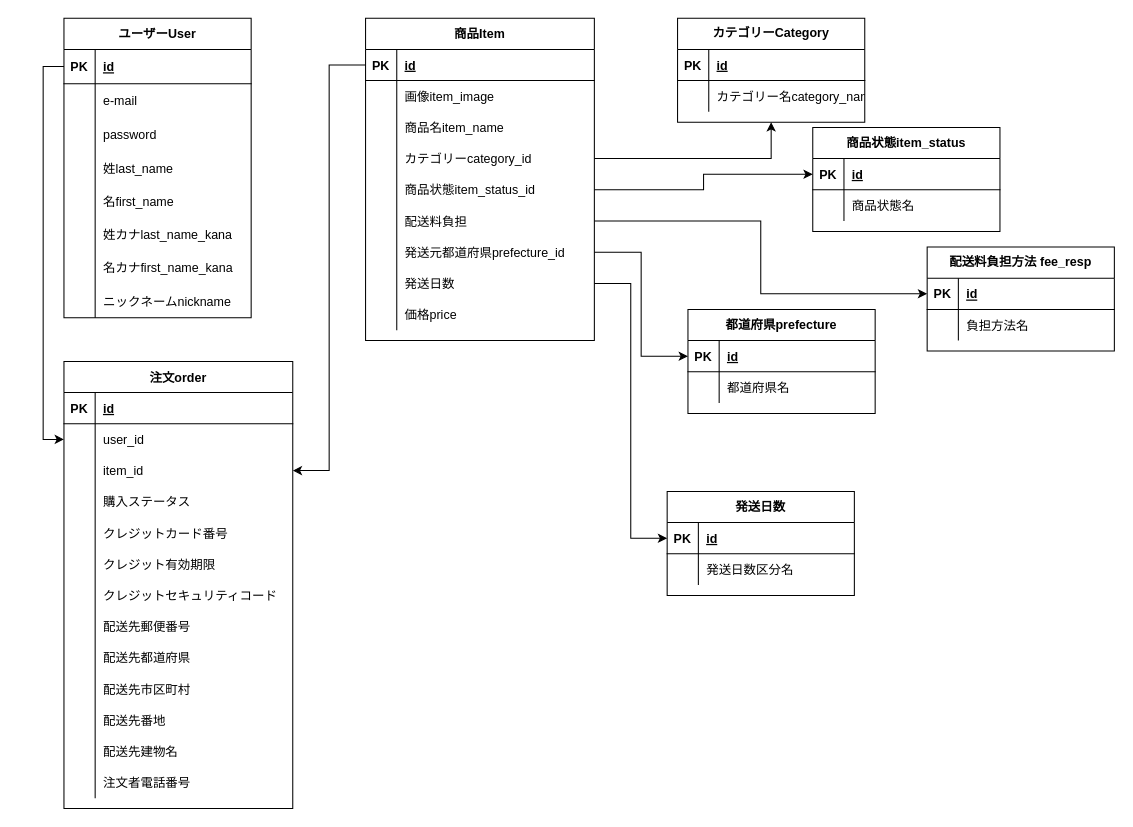
Above: ER.dio in sorairoqueen/furima-36467 (draw.io), before the change. Source tidied: cells renumbered, new cells numbered last; positions are measured from the earlier drawing's top-left corner, leaving out a move shared by most shapes. Both pictures are drawn from the tidied source at 104%, with x=0, y=0 at pixel (63, 18).
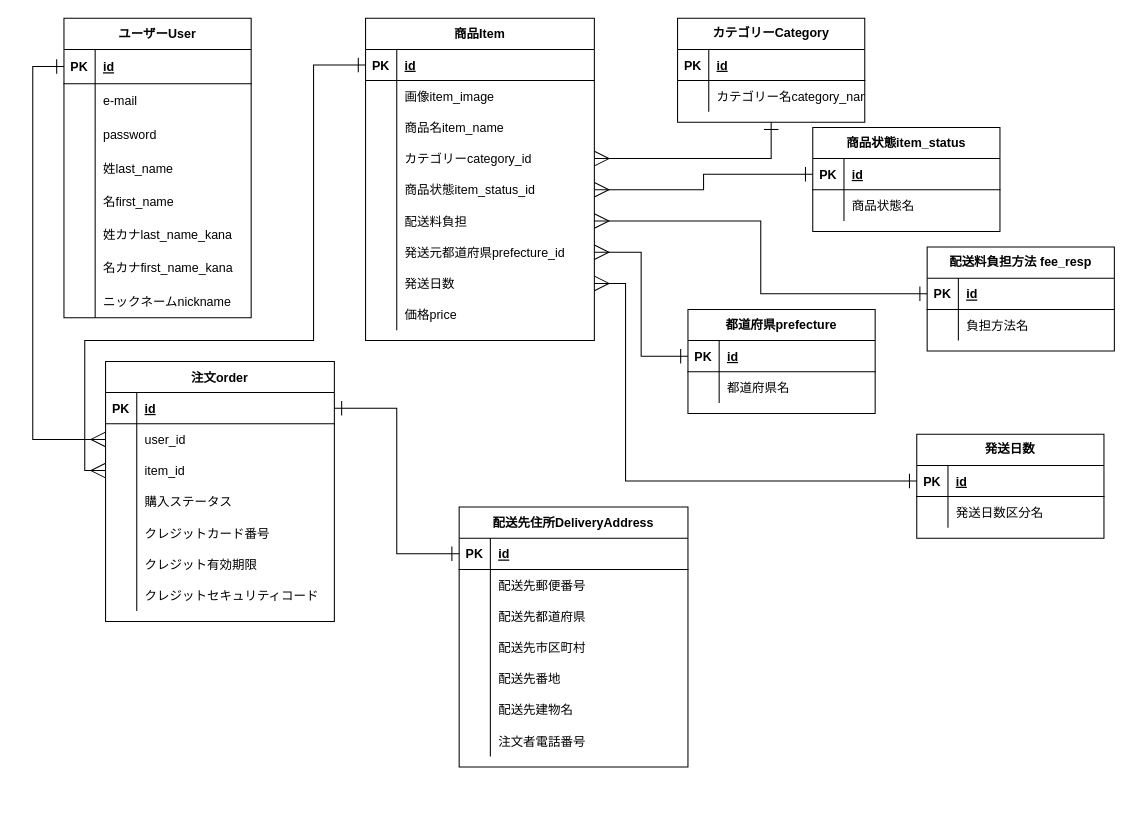
After the change.

Commit message (it also covers changes not shown here):
ER図・README作成

The change refers to these unchanged cells:
```xml
<mxCell id="3" style="shape=partialRectangle;fillColor=none;top=0;left=0;bottom=1;right=0;points=[[0,0.5],[1,0.5]];portConstraint=eastwest;" parent="2" vertex="1">
  <mxGeometry y="30" width="180" height="33" as="geometry" />
</mxCell>
<mxCell id="30" style="shape=partialRectangle;fillColor=none;top=0;left=0;bottom=1;right=0;points=[[0,0.5],[1,0.5]];portConstraint=eastwest;" parent="29" vertex="1">
  <mxGeometry y="30" width="220" height="30" as="geometry" />
</mxCell>
<mxCell id="39" style="shape=partialRectangle;fillColor=none;top=0;left=0;bottom=0;right=0;points=[[0,0.5],[1,0.5]];portConstraint=eastwest;" parent="29" vertex="1">
  <mxGeometry y="120" width="220" height="30" as="geometry" />
</mxCell>
<mxCell id="42" style="shape=partialRectangle;fillColor=none;top=0;left=0;bottom=0;right=0;points=[[0,0.5],[1,0.5]];portConstraint=eastwest;" parent="29" vertex="1">
  <mxGeometry y="150" width="220" height="30" as="geometry" />
</mxCell>
<mxCell id="45" style="shape=partialRectangle;fillColor=none;top=0;left=0;bottom=0;right=0;points=[[0,0.5],[1,0.5]];portConstraint=eastwest;" parent="29" vertex="1">
  <mxGeometry y="180" width="220" height="30" as="geometry" />
</mxCell>
<mxCell id="48" style="shape=partialRectangle;fillColor=none;top=0;left=0;bottom=0;right=0;points=[[0,0.5],[1,0.5]];portConstraint=eastwest;" parent="29" vertex="1">
  <mxGeometry y="210" width="220" height="30" as="geometry" />
</mxCell>
<mxCell id="51" style="shape=partialRectangle;fillColor=none;top=0;left=0;bottom=0;right=0;points=[[0,0.5],[1,0.5]];portConstraint=eastwest;" parent="29" vertex="1">
  <mxGeometry y="240" width="220" height="30" as="geometry" />
</mxCell>
<mxCell id="57" value="カテゴリーCategory" style="shape=table;startSize=30;childLayout=tableLayout;rowLines=0;fontStyle=1;align=center;whiteSpace=wrap;" parent="1" vertex="1">
  <mxGeometry x="590" width="180" height="100" as="geometry" />
</mxCell>
<mxCell id="65" style="shape=partialRectangle;fillColor=none;top=0;left=0;bottom=1;right=0;points=[[0,0.5],[1,0.5]];portConstraint=eastwest;" parent="64" vertex="1">
  <mxGeometry y="30" width="180" height="30" as="geometry" />
</mxCell>
<mxCell id="72" style="shape=partialRectangle;fillColor=none;top=0;left=0;bottom=1;right=0;points=[[0,0.5],[1,0.5]];portConstraint=eastwest;" parent="71" vertex="1">
  <mxGeometry y="30" width="180" height="30" as="geometry" />
</mxCell>
<mxCell id="79" style="shape=partialRectangle;fillColor=none;top=0;left=0;bottom=1;right=0;points=[[0,0.5],[1,0.5]];portConstraint=eastwest;" parent="78" vertex="1">
  <mxGeometry y="30" width="180" height="30" as="geometry" />
</mxCell>
<mxCell id="88" style="shape=partialRectangle;fillColor=none;top=0;left=0;bottom=1;right=0;points=[[0,0.5],[1,0.5]];portConstraint=eastwest;" parent="87" vertex="1">
  <mxGeometry y="30" width="180" height="30" as="geometry" />
</mxCell>
<mxCell id="96" style="shape=partialRectangle;fillColor=none;top=0;left=0;bottom=1;right=0;points=[[0,0.5],[1,0.5]];portConstraint=eastwest;" parent="95" vertex="1">
  <mxGeometry y="30" width="220" height="30" as="geometry" />
</mxCell>
<mxCell id="99" style="shape=partialRectangle;fillColor=none;top=0;left=0;bottom=0;right=0;points=[[0,0.5],[1,0.5]];portConstraint=eastwest;" parent="95" vertex="1">
  <mxGeometry y="60" width="220" height="30" as="geometry" />
</mxCell>
<mxCell id="102" style="shape=partialRectangle;fillColor=none;top=0;left=0;bottom=0;right=0;points=[[0,0.5],[1,0.5]];portConstraint=eastwest;" parent="95" vertex="1">
  <mxGeometry y="90" width="220" height="30" as="geometry" />
</mxCell>
```

Diff of the diagram source:
```diff
@@
-    <mxCell id="27" style="edgeStyle=orthogonalEdgeStyle;rounded=0;jettySize=auto;html=1;exitX=1;exitY=0.5;exitDx=0;exitDy=0;" parent="1" edge="1" source="39" target="57">
+    <mxCell id="27" style="edgeStyle=orthogonalEdgeStyle;rounded=0;jettySize=auto;html=1;exitX=1;exitY=0.5;exitDx=0;exitDy=0;endSize=12;startSize=12;endArrow=ERone;endFill=0;startArrow=ERmany;startFill=0;" parent="1" edge="1" source="39" target="57">
       <mxGeometry relative="1" as="geometry" />
     </mxCell>
-    <mxCell id="28" style="edgeStyle=orthogonalEdgeStyle;rounded=0;jettySize=auto;html=1;entryX=0;entryY=0.5;entryDx=0;entryDy=0;exitX=1;exitY=0.5;exitDx=0;exitDy=0;" parent="1" edge="1" source="42" target="65">
+    <mxCell id="28" style="edgeStyle=orthogonalEdgeStyle;rounded=0;jettySize=auto;html=1;entryX=0;entryY=0.5;entryDx=0;entryDy=0;exitX=1;exitY=0.5;exitDx=0;exitDy=0;endSize=12;startSize=12;startArrow=ERmany;startFill=0;endArrow=ERone;endFill=0;" parent="1" edge="1" source="42" target="65">
       <mxGeometry relative="1" as="geometry" />
     </mxCell>
@@
-    <mxCell id="85" style="edgeStyle=orthogonalEdgeStyle;rounded=0;jettySize=auto;html=1;exitX=1;exitY=0.5;exitDx=0;exitDy=0;entryX=0;entryY=0.5;entryDx=0;entryDy=0;" parent="1" edge="1" source="45" target="72">
+    <mxCell id="85" style="edgeStyle=orthogonalEdgeStyle;rounded=0;jettySize=auto;html=1;exitX=1;exitY=0.5;exitDx=0;exitDy=0;entryX=0;entryY=0.5;entryDx=0;entryDy=0;endSize=12;startSize=12;startArrow=ERmany;startFill=0;endArrow=ERone;endFill=0;" parent="1" edge="1" source="45" target="72">
       <mxGeometry relative="1" as="geometry" />
     </mxCell>
-    <mxCell id="86" style="edgeStyle=orthogonalEdgeStyle;rounded=0;jettySize=auto;html=1;entryX=0;entryY=0.5;entryDx=0;entryDy=0;exitX=1;exitY=0.5;exitDx=0;exitDy=0;" parent="1" edge="1" source="48" target="79">
+    <mxCell id="86" style="edgeStyle=orthogonalEdgeStyle;rounded=0;jettySize=auto;html=1;entryX=0;entryY=0.5;entryDx=0;entryDy=0;exitX=1;exitY=0.5;exitDx=0;exitDy=0;endSize=12;startSize=12;endArrow=ERone;endFill=0;startArrow=ERmany;startFill=0;" parent="1" edge="1" source="48" target="79">
       <mxGeometry relative="1" as="geometry" />
     </mxCell>
     <mxCell id="87" value="発送日数" style="shape=table;startSize=30;childLayout=tableLayout;rowLines=0;fontStyle=1;align=center;whiteSpace=wrap;" parent="1" vertex="1">
-      <mxGeometry x="580" y="455" width="180" height="100" as="geometry" />
+      <mxGeometry x="820" y="400" width="180" height="100" as="geometry" />
     </mxCell>
@@
-    <mxCell id="94" style="edgeStyle=orthogonalEdgeStyle;rounded=0;jettySize=auto;html=1;entryX=0;entryY=0.5;entryDx=0;entryDy=0;exitX=1;exitY=0.5;exitDx=0;exitDy=0;" parent="1" edge="1" source="51" target="88">
-      <mxGeometry relative="1" as="geometry" />
+    <mxCell id="94" style="edgeStyle=orthogonalEdgeStyle;rounded=0;jettySize=auto;html=1;entryX=0;entryY=0.5;entryDx=0;entryDy=0;exitX=1;exitY=0.5;exitDx=0;exitDy=0;endSize=12;startSize=12;endArrow=ERone;endFill=0;startArrow=ERmany;startFill=0;" parent="1" edge="1" source="51" target="88">
+      <mxGeometry relative="1" as="geometry">
+        <Array as="points">
+          <mxPoint x="540" y="255" />
+          <mxPoint x="540" y="445" />
+        </Array>
+      </mxGeometry>
     </mxCell>
     <mxCell id="95" value="注文order" style="shape=table;startSize=30;childLayout=tableLayout;rowLines=0;fontStyle=1;align=center;" parent="1" vertex="1">
-      <mxGeometry y="330" width="220" height="430" as="geometry" />
+      <mxGeometry x="40" y="330" width="220" height="250" as="geometry" />
     </mxCell>
@@
-    <mxCell id="117" style="shape=partialRectangle;fillColor=none;top=0;left=0;bottom=0;right=0;" parent="95" vertex="1">
-      <mxGeometry y="240" width="220" height="30" as="geometry" />
-    </mxCell>
-    <mxCell id="118" style="shape=partialRectangle;fillColor=none;top=0;left=0;bottom=0;right=0;overflow=hidden;" parent="117" vertex="1">
-      <mxGeometry width="30" height="30" as="geometry" />
-    </mxCell>
-    <mxCell id="119" value="配送先郵便番号" style="shape=partialRectangle;fillColor=none;top=0;left=0;bottom=0;right=0;align=left;spacingLeft=6;overflow=hidden;" parent="117" vertex="1">
-      <mxGeometry x="30" width="190" height="30" as="geometry" />
-    </mxCell>
-    <mxCell id="120" style="shape=partialRectangle;fillColor=none;top=0;left=0;bottom=0;right=0;" parent="95" vertex="1">
-      <mxGeometry y="270" width="220" height="30" as="geometry" />
-    </mxCell>
-    <mxCell id="121" style="shape=partialRectangle;fillColor=none;top=0;left=0;bottom=0;right=0;overflow=hidden;" parent="120" vertex="1">
-      <mxGeometry width="30" height="30" as="geometry" />
-    </mxCell>
-    <mxCell id="122" value="配送先都道府県" style="shape=partialRectangle;fillColor=none;top=0;left=0;bottom=0;right=0;align=left;spacingLeft=6;overflow=hidden;" parent="120" vertex="1">
-      <mxGeometry x="30" width="190" height="30" as="geometry" />
-    </mxCell>
-    <mxCell id="123" style="shape=partialRectangle;fillColor=none;top=0;left=0;bottom=0;right=0;" parent="95" vertex="1">
-      <mxGeometry y="300" width="220" height="30" as="geometry" />
-    </mxCell>
-    <mxCell id="124" style="shape=partialRectangle;fillColor=none;top=0;left=0;bottom=0;right=0;overflow=hidden;" parent="123" vertex="1">
-      <mxGeometry width="30" height="30" as="geometry" />
-    </mxCell>
-    <mxCell id="125" value="配送先市区町村" style="shape=partialRectangle;fillColor=none;top=0;left=0;bottom=0;right=0;align=left;spacingLeft=6;overflow=hidden;" parent="123" vertex="1">
-      <mxGeometry x="30" width="190" height="30" as="geometry" />
-    </mxCell>
-    <mxCell id="126" style="shape=partialRectangle;fillColor=none;top=0;left=0;bottom=0;right=0;" parent="95" vertex="1">
-      <mxGeometry y="330" width="220" height="30" as="geometry" />
-    </mxCell>
-    <mxCell id="127" style="shape=partialRectangle;fillColor=none;top=0;left=0;bottom=0;right=0;overflow=hidden;" parent="126" vertex="1">
-      <mxGeometry width="30" height="30" as="geometry" />
-    </mxCell>
-    <mxCell id="128" value="配送先番地" style="shape=partialRectangle;fillColor=none;top=0;left=0;bottom=0;right=0;align=left;spacingLeft=6;overflow=hidden;" parent="126" vertex="1">
-      <mxGeometry x="30" width="190" height="30" as="geometry" />
-    </mxCell>
-    <mxCell id="129" style="shape=partialRectangle;fillColor=none;top=0;left=0;bottom=0;right=0;" parent="95" vertex="1">
-      <mxGeometry y="360" width="220" height="30" as="geometry" />
-    </mxCell>
-    <mxCell id="130" style="shape=partialRectangle;fillColor=none;top=0;left=0;bottom=0;right=0;overflow=hidden;" parent="129" vertex="1">
-      <mxGeometry width="30" height="30" as="geometry" />
-    </mxCell>
-    <mxCell id="131" value="配送先建物名" style="shape=partialRectangle;fillColor=none;top=0;left=0;bottom=0;right=0;align=left;spacingLeft=6;overflow=hidden;" parent="129" vertex="1">
-      <mxGeometry x="30" width="190" height="30" as="geometry" />
-    </mxCell>
-    <mxCell id="132" style="shape=partialRectangle;fillColor=none;top=0;left=0;bottom=0;right=0;" parent="95" vertex="1">
-      <mxGeometry y="390" width="220" height="30" as="geometry" />
-    </mxCell>
-    <mxCell id="133" style="shape=partialRectangle;fillColor=none;top=0;left=0;bottom=0;right=0;overflow=hidden;" parent="132" vertex="1">
-      <mxGeometry width="30" height="30" as="geometry" />
-    </mxCell>
-    <mxCell id="134" value="注文者電話番号" style="shape=partialRectangle;fillColor=none;top=0;left=0;bottom=0;right=0;align=left;spacingLeft=6;overflow=hidden;" parent="132" vertex="1">
-      <mxGeometry x="30" width="190" height="30" as="geometry" />
-    </mxCell>
@@
-    <mxCell id="136" style="edgeStyle=orthogonalEdgeStyle;rounded=0;jettySize=auto;html=1;exitX=0;exitY=0.5;exitDx=0;exitDy=0;entryX=0;entryY=0.5;entryDx=0;entryDy=0;" parent="1" edge="1" source="3" target="99">
+    <mxCell id="136" style="edgeStyle=orthogonalEdgeStyle;rounded=0;jettySize=auto;html=1;exitX=0;exitY=0.5;exitDx=0;exitDy=0;entryX=0;entryY=0.5;entryDx=0;entryDy=0;endArrow=ERmany;endFill=0;startArrow=ERone;startFill=0;endSize=12;startSize=12;" parent="1" edge="1" source="3" target="99">
       <mxGeometry relative="1" as="geometry" />
     </mxCell>
-    <mxCell id="137" style="edgeStyle=orthogonalEdgeStyle;rounded=0;jettySize=auto;html=1;exitX=0;exitY=0.5;exitDx=0;exitDy=0;" parent="1" edge="1" source="30" target="102">
-      <mxGeometry relative="1" as="geometry" />
+    <mxCell id="137" style="edgeStyle=orthogonalEdgeStyle;rounded=0;jettySize=auto;html=1;exitX=0;exitY=0.5;exitDx=0;exitDy=0;entryX=0;entryY=0.5;entryDx=0;entryDy=0;endSize=12;startArrow=ERone;startFill=0;startSize=12;endArrow=ERmany;endFill=0;" parent="1" edge="1" source="30" target="102">
+      <mxGeometry relative="1" as="geometry">
+        <Array as="points">
+          <mxPoint x="240" y="45" />
+          <mxPoint x="240" y="310" />
+          <mxPoint x="20" y="310" />
+          <mxPoint x="20" y="435" />
+        </Array>
+      </mxGeometry>
     </mxCell>
+    <mxCell id="138" value="配送先住所DeliveryAddress" style="shape=table;startSize=30;childLayout=tableLayout;rowLines=0;fontStyle=1;align=center;" parent="1" vertex="1">
+      <mxGeometry x="380" y="470" width="220" height="250" as="geometry" />
+    </mxCell>
+    <mxCell id="139" style="shape=partialRectangle;fillColor=none;top=0;left=0;bottom=1;right=0;points=[[0,0.5],[1,0.5]];portConstraint=eastwest;" parent="138" vertex="1">
+      <mxGeometry y="30" width="220" height="30" as="geometry" />
+    </mxCell>
+    <mxCell id="140" value="PK" style="shape=partialRectangle;fillColor=none;top=0;left=0;bottom=0;right=0;fontStyle=1;overflow=hidden;" parent="139" vertex="1">
+      <mxGeometry width="30" height="30" as="geometry" />
+    </mxCell>
+    <mxCell id="141" value="id" style="shape=partialRectangle;fillColor=none;top=0;left=0;bottom=0;right=0;align=left;spacingLeft=6;fontStyle=5;overflow=hidden;" parent="139" vertex="1">
+      <mxGeometry x="30" width="190" height="30" as="geometry" />
+    </mxCell>
+    <mxCell id="142" style="shape=partialRectangle;fillColor=none;top=0;left=0;bottom=0;right=0;" parent="138" vertex="1">
+      <mxGeometry y="60" width="220" height="30" as="geometry" />
+    </mxCell>
+    <mxCell id="143" style="shape=partialRectangle;fillColor=none;top=0;left=0;bottom=0;right=0;overflow=hidden;" parent="142" vertex="1">
+      <mxGeometry width="30" height="30" as="geometry" />
+    </mxCell>
+    <mxCell id="119" value="配送先郵便番号" style="shape=partialRectangle;fillColor=none;top=0;left=0;bottom=0;right=0;align=left;spacingLeft=6;overflow=hidden;" parent="142" vertex="1">
+      <mxGeometry x="30" width="190" height="30" as="geometry" />
+    </mxCell>
+    <mxCell id="144" style="shape=partialRectangle;fillColor=none;top=0;left=0;bottom=0;right=0;" parent="138" vertex="1">
+      <mxGeometry y="90" width="220" height="30" as="geometry" />
+    </mxCell>
+    <mxCell id="145" style="shape=partialRectangle;fillColor=none;top=0;left=0;bottom=0;right=0;overflow=hidden;" parent="144" vertex="1">
+      <mxGeometry width="30" height="30" as="geometry" />
+    </mxCell>
+    <mxCell id="122" value="配送先都道府県" style="shape=partialRectangle;fillColor=none;top=0;left=0;bottom=0;right=0;align=left;spacingLeft=6;overflow=hidden;" parent="144" vertex="1">
+      <mxGeometry x="30" width="190" height="30" as="geometry" />
+    </mxCell>
+    <mxCell id="146" style="shape=partialRectangle;fillColor=none;top=0;left=0;bottom=0;right=0;" parent="138" vertex="1">
+      <mxGeometry y="120" width="220" height="30" as="geometry" />
+    </mxCell>
+    <mxCell id="147" style="shape=partialRectangle;fillColor=none;top=0;left=0;bottom=0;right=0;overflow=hidden;" parent="146" vertex="1">
+      <mxGeometry width="30" height="30" as="geometry" />
+    </mxCell>
+    <mxCell id="125" value="配送先市区町村" style="shape=partialRectangle;fillColor=none;top=0;left=0;bottom=0;right=0;align=left;spacingLeft=6;overflow=hidden;" parent="146" vertex="1">
+      <mxGeometry x="30" width="190" height="30" as="geometry" />
+    </mxCell>
+    <mxCell id="148" style="shape=partialRectangle;fillColor=none;top=0;left=0;bottom=0;right=0;" parent="138" vertex="1">
+      <mxGeometry y="150" width="220" height="30" as="geometry" />
+    </mxCell>
+    <mxCell id="149" style="shape=partialRectangle;fillColor=none;top=0;left=0;bottom=0;right=0;overflow=hidden;" parent="148" vertex="1">
+      <mxGeometry width="30" height="30" as="geometry" />
+    </mxCell>
+    <mxCell id="128" value="配送先番地" style="shape=partialRectangle;fillColor=none;top=0;left=0;bottom=0;right=0;align=left;spacingLeft=6;overflow=hidden;" parent="148" vertex="1">
+      <mxGeometry x="30" width="190" height="30" as="geometry" />
+    </mxCell>
+    <mxCell id="150" style="shape=partialRectangle;fillColor=none;top=0;left=0;bottom=0;right=0;" parent="138" vertex="1">
+      <mxGeometry y="180" width="220" height="30" as="geometry" />
+    </mxCell>
+    <mxCell id="151" style="shape=partialRectangle;fillColor=none;top=0;left=0;bottom=0;right=0;overflow=hidden;" parent="150" vertex="1">
+      <mxGeometry width="30" height="30" as="geometry" />
+    </mxCell>
+    <mxCell id="131" value="配送先建物名" style="shape=partialRectangle;fillColor=none;top=0;left=0;bottom=0;right=0;align=left;spacingLeft=6;overflow=hidden;" parent="150" vertex="1">
+      <mxGeometry x="30" width="190" height="30" as="geometry" />
+    </mxCell>
+    <mxCell id="152" style="shape=partialRectangle;fillColor=none;top=0;left=0;bottom=0;right=0;" parent="138" vertex="1">
+      <mxGeometry y="210" width="220" height="30" as="geometry" />
+    </mxCell>
+    <mxCell id="153" style="shape=partialRectangle;fillColor=none;top=0;left=0;bottom=0;right=0;overflow=hidden;" parent="152" vertex="1">
+      <mxGeometry width="30" height="30" as="geometry" />
+    </mxCell>
+    <mxCell id="134" value="注文者電話番号" style="shape=partialRectangle;fillColor=none;top=0;left=0;bottom=0;right=0;align=left;spacingLeft=6;overflow=hidden;" parent="152" vertex="1">
+      <mxGeometry x="30" width="190" height="30" as="geometry" />
+    </mxCell>
+    <mxCell id="154" style="edgeStyle=orthogonalEdgeStyle;rounded=0;jettySize=auto;html=1;entryX=0;entryY=0.5;entryDx=0;entryDy=0;exitX=1;exitY=0.5;exitDx=0;exitDy=0;endArrow=ERone;endFill=0;startArrow=ERone;startFill=0;endSize=12;startSize=12;" parent="1" edge="1" source="96" target="139">
+      <mxGeometry relative="1" as="geometry" />
+    </mxCell>
```
